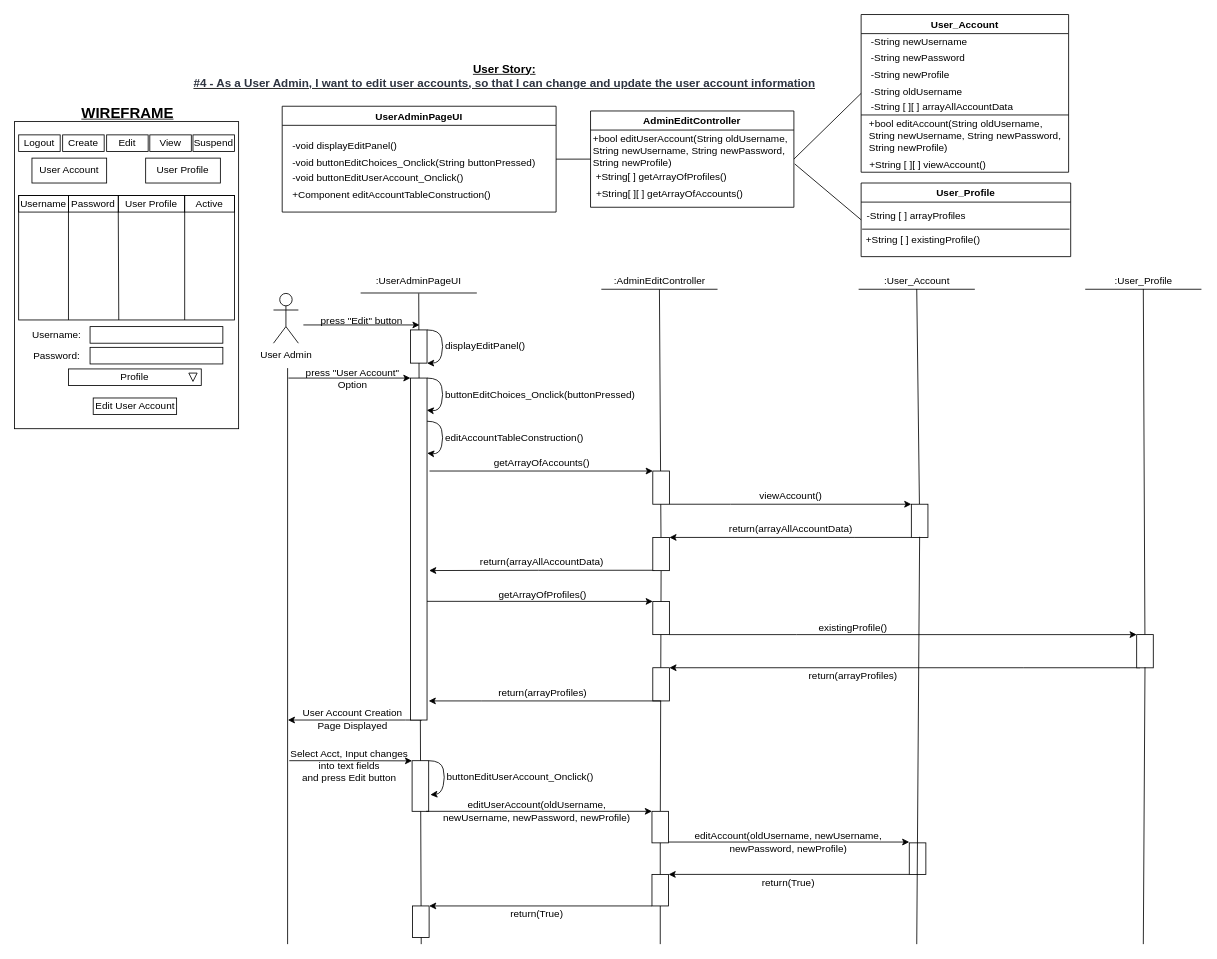
Earlier version of the draw.io diagram BCE_UML_and_Diagrams/UserAdmin/UserAdmin_Edit(#4&9)/UserStory#4_EditUserAccount.drawio (extred5700/JAVAGUI-Restaurant-Table-Order-System). Source tidied: cells renumbered, new cells numbered last; positions are measured from the earlier drawing's top-left corner, leaving out a move shared by most shapes. Both pictures are drawn from the tidied source at 83%, with x=0, y=0 at pixel (14, 14).
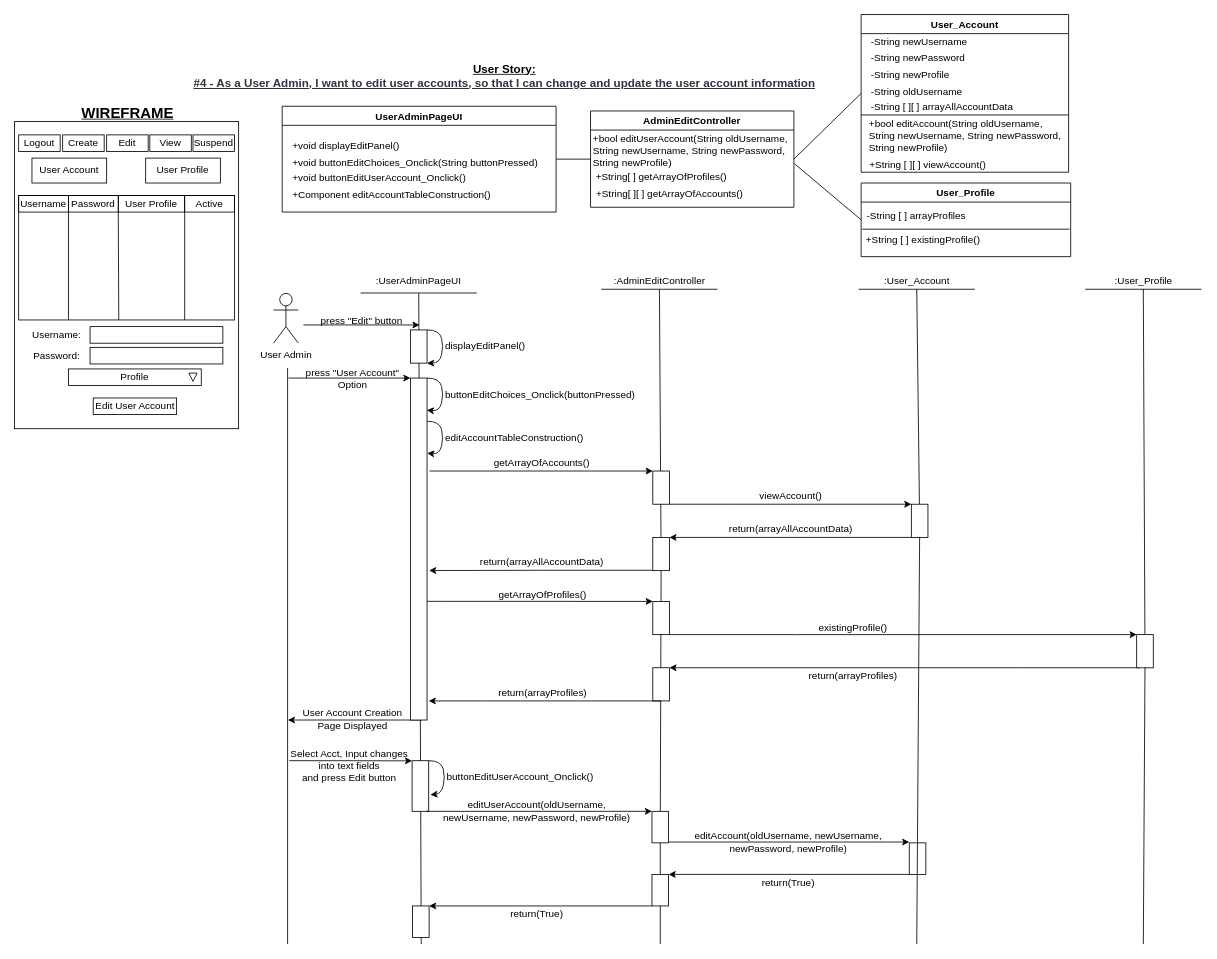
The same page after the edit.

Unchanged cells that the change refers to:
```xml
<mxCell id="5" value="UserAdminPageUI" style="swimlane;" parent="1" vertex="1">
  <mxGeometry x="322.5" y="110.5" width="330" height="127.5" as="geometry" />
</mxCell>
```

Change to the diagram source:
```diff
@@
-    <mxCell id="6" value="-void displayEditPanel()" style="text;html=1;align=left;verticalAlign=middle;strokeColor=none;fillColor=none;" parent="5" vertex="1">
+    <mxCell id="6" value="+void displayEditPanel()" style="text;html=1;align=left;verticalAlign=middle;strokeColor=none;fillColor=none;" parent="5" vertex="1">
       <mxGeometry x="10" y="38" width="140" height="20" as="geometry" />
     </mxCell>
@@
-    <mxCell id="8" value="-void buttonEditChoices_Onclick(String buttonPressed)" style="text;html=1;align=left;verticalAlign=middle;strokeColor=none;fillColor=none;" parent="5" vertex="1">
+    <mxCell id="8" value="+void buttonEditChoices_Onclick(String buttonPressed)" style="text;html=1;align=left;verticalAlign=middle;strokeColor=none;fillColor=none;" parent="5" vertex="1">
       <mxGeometry x="10" y="58" width="310" height="20" as="geometry" />
     </mxCell>
-    <mxCell id="9" value="-void buttonEditUserAccount_Onclick()" style="text;html=1;align=left;verticalAlign=middle;strokeColor=none;fillColor=none;" parent="5" vertex="1">
+    <mxCell id="9" value="+void buttonEditUserAccount_Onclick()" style="text;html=1;align=left;verticalAlign=middle;strokeColor=none;fillColor=none;" parent="5" vertex="1">
       <mxGeometry x="10" y="76" width="220" height="20" as="geometry" />
     </mxCell>
```
